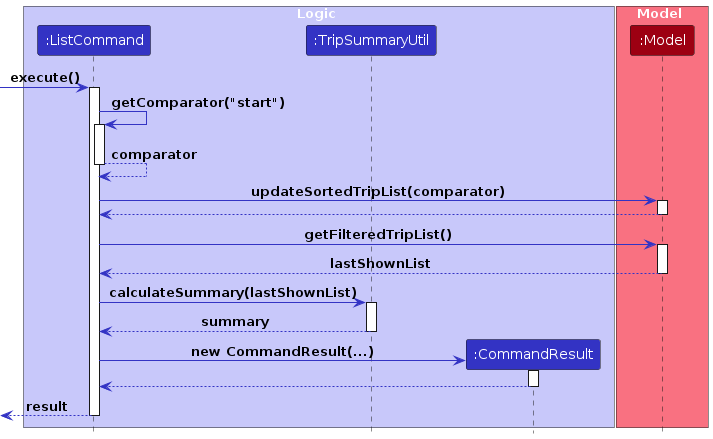
Earlier version of the PlantUML export diagrams/ListSortSequenceDiagram.png (AY2526S2-CS2103-F13-2/tp). Its source is kept beside it as diagrams/ListSortSequenceDiagram.puml. The source it was exported from:
```plantuml
@startuml
!include style.puml
skinparam ArrowColor LOGIC_COLOR

box Logic LOGIC_COLOR_T1
participant ":ListCommand" as ListCommand LOGIC_COLOR
participant ":TripSummaryUtil" as TripSummaryUtil LOGIC_COLOR
participant ":CommandResult" as CommandResult LOGIC_COLOR
end box

box Model MODEL_COLOR_T1
participant ":Model" as Model MODEL_COLOR
end box

[-> ListCommand : execute()
activate ListCommand

ListCommand -> ListCommand : getComparator("start")
activate ListCommand
ListCommand --> ListCommand : comparator
deactivate ListCommand

ListCommand -> Model : updateSortedTripList(comparator)
activate Model
Model --> ListCommand
deactivate Model

ListCommand -> Model : getFilteredTripList()
activate Model
Model --> ListCommand : lastShownList
deactivate Model

ListCommand -> TripSummaryUtil : calculateSummary(lastShownList)
activate TripSummaryUtil
TripSummaryUtil --> ListCommand : summary
deactivate TripSummaryUtil

create CommandResult
ListCommand -> CommandResult : new CommandResult(...)
activate CommandResult
CommandResult --> ListCommand
deactivate CommandResult

[<-- ListCommand : result
deactivate ListCommand
@enduml
```
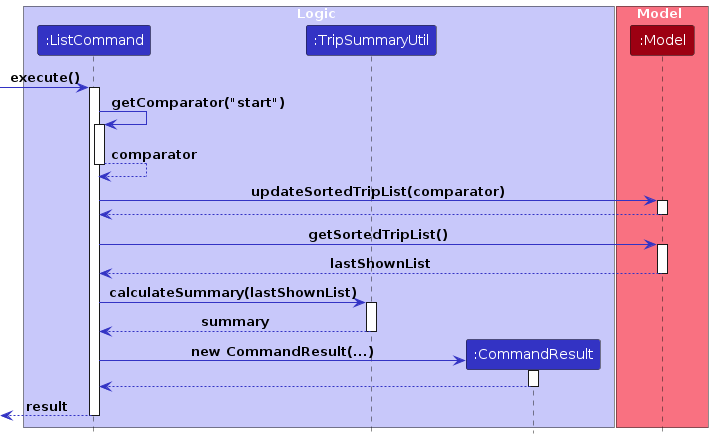
The same diagram one commit later.

Diff of the diagram source:
```diff
@@ -25,7 +25,7 @@
 Model --> ListCommand
 deactivate Model
 
-ListCommand -> Model : getFilteredTripList()
+ListCommand -> Model : getSortedTripList()
 activate Model
 Model --> ListCommand : lastShownList
 deactivate Model
```
